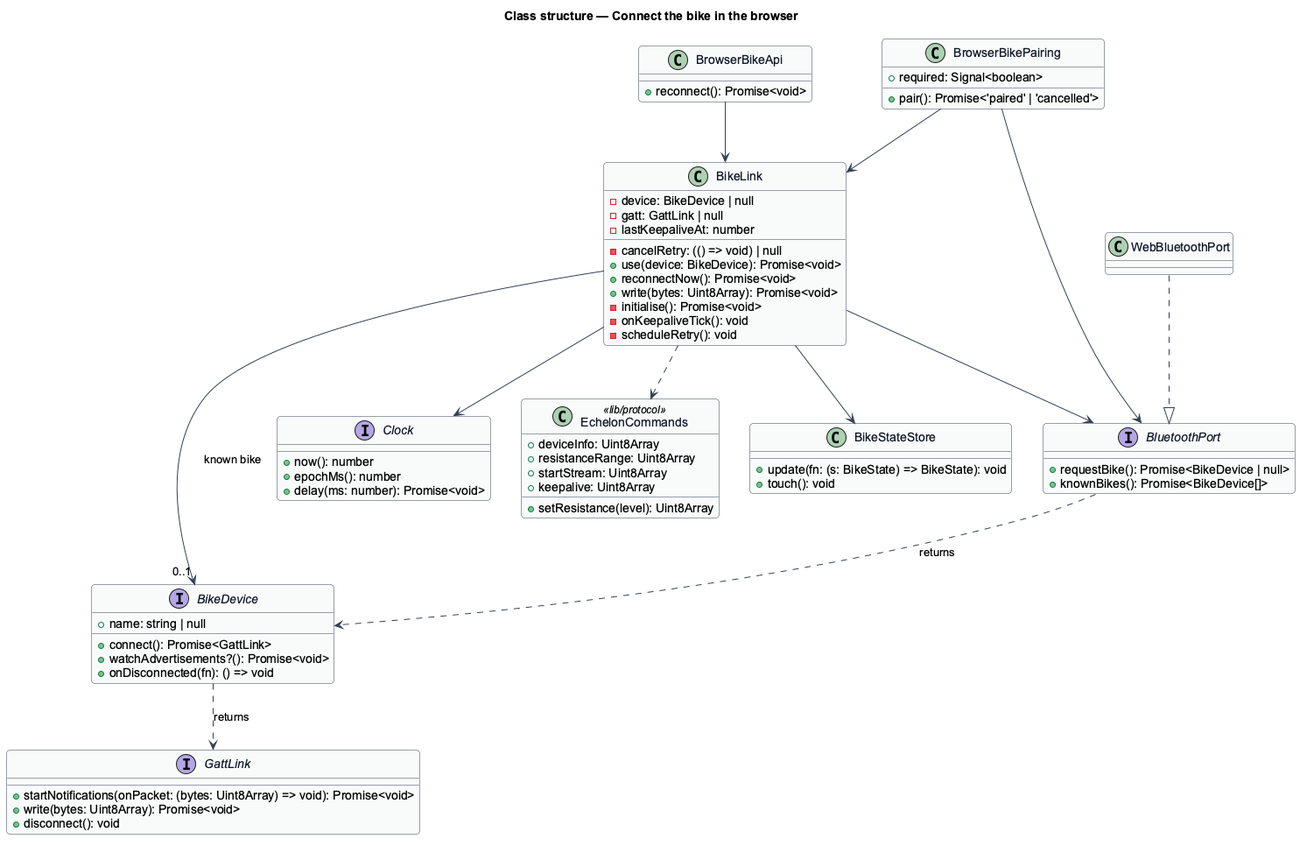
This is docs/detailed-designs/browser-edition/connect-bike-in-browser/diagrams/class-structure.png from QuinntyneBrown/ride-one, a PlantUML export, as it was before one commit. Its diagram source:
```plantuml
@startuml
skinparam backgroundColor #FFFFFF
skinparam shadowing false
skinparam roundcorner 8
skinparam defaultFontName Arial
skinparam ArrowColor #344054
skinparam class {
  BorderColor #344054
  FontColor #101828
  BackgroundColor #F9FAFB
}
title Class structure — Connect the bike in the browser

interface BluetoothPort {
  +requestBike(): Promise<BikeDevice | null>
  +knownBikes(): Promise<BikeDevice[]>
}
interface BikeDevice {
  +name: string | null
  +connect(): Promise<GattLink>
  +watchAdvertisements?(): Promise<void>
  +onDisconnected(fn): () => void
}
interface GattLink {
  +startNotifications(onPacket: (bytes: Uint8Array) => void): Promise<void>
  +write(bytes: Uint8Array): Promise<void>
  +disconnect(): void
}
interface Clock {
  +now(): number
  +epochMs(): number
  +delay(ms: number): Promise<void>
}
class WebBluetoothPort
class BikeLink {
  -device: BikeDevice | null
  -gatt: GattLink | null
  -lastKeepaliveAt: number
  -cancelRetry: (() => void) | null
  +use(device: BikeDevice): Promise<void>
  +reconnectNow(): Promise<void>
  +write(bytes: Uint8Array): Promise<void>
  -initialise(): Promise<void>
  -onKeepaliveTick(): void
  -scheduleRetry(): void
}
class EchelonCommands <<lib/protocol>> {
  +deviceInfo: Uint8Array
  +resistanceRange: Uint8Array
  +startStream: Uint8Array
  +keepalive: Uint8Array
  +setResistance(level): Uint8Array
}
class BrowserBikePairing {
  +required: Signal<boolean>
  +pair(): Promise<'paired' | 'cancelled'>
}
class BrowserBikeApi {
  +reconnect(): Promise<void>
}
class BikeStateStore {
  +update(fn: (s: BikeState) => BikeState): void
  +touch(): void
}

WebBluetoothPort ..|> BluetoothPort
BluetoothPort ..> BikeDevice : returns
BikeDevice ..> GattLink : returns
BikeLink --> BluetoothPort
BikeLink --> "0..1" BikeDevice : known bike
BikeLink --> Clock
BikeLink ..> EchelonCommands
BikeLink --> BikeStateStore
BrowserBikePairing --> BluetoothPort
BrowserBikePairing --> BikeLink
BrowserBikeApi --> BikeLink
@enduml
```
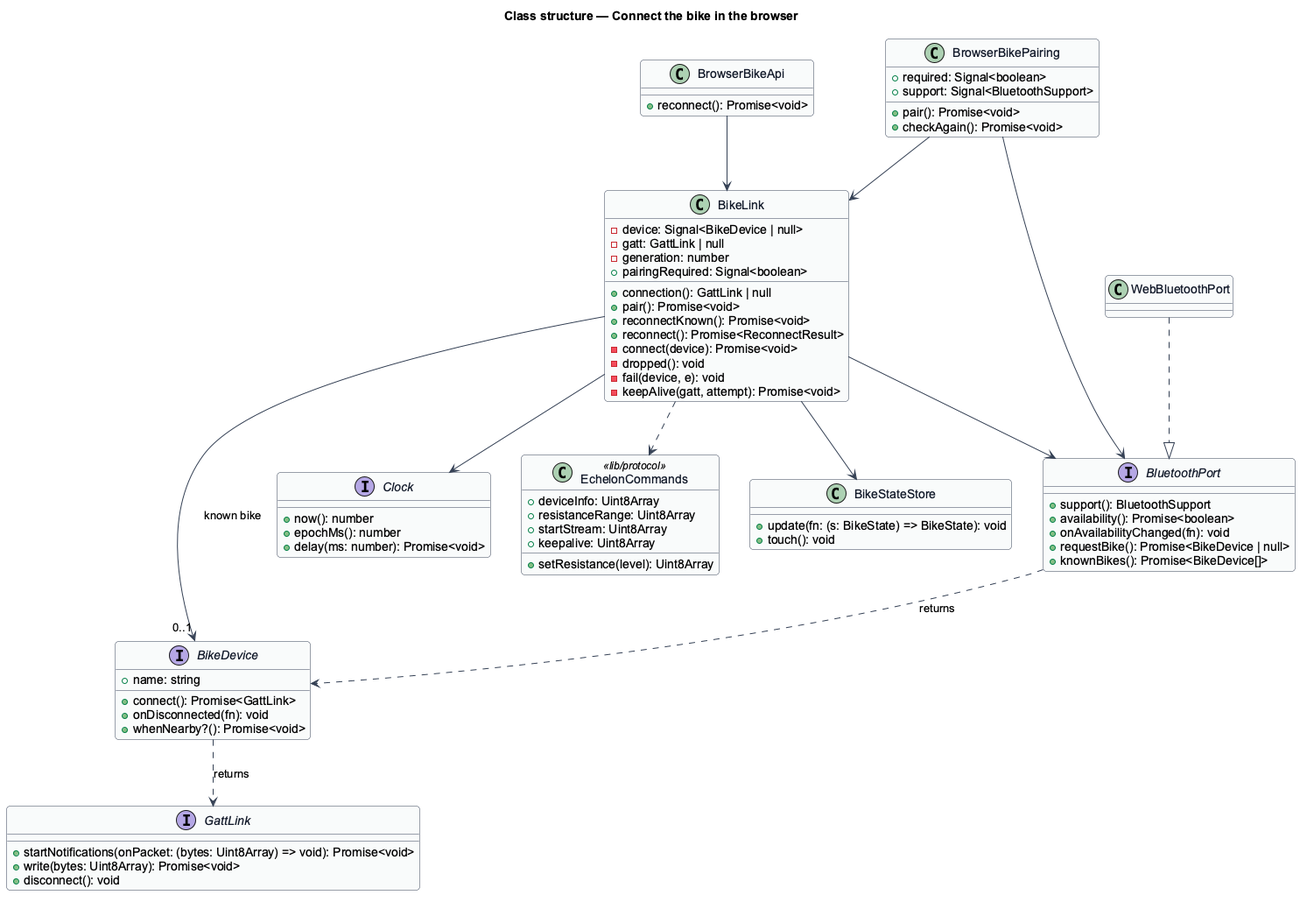
The same diagram one commit later.

What changed in the source:
```diff
@@ -12,14 +12,17 @@
 title Class structure — Connect the bike in the browser
 
 interface BluetoothPort {
+  +support(): BluetoothSupport
+  +availability(): Promise<boolean>
+  +onAvailabilityChanged(fn): void
   +requestBike(): Promise<BikeDevice | null>
   +knownBikes(): Promise<BikeDevice[]>
 }
 interface BikeDevice {
-  +name: string | null
+  +name: string
   +connect(): Promise<GattLink>
-  +watchAdvertisements?(): Promise<void>
-  +onDisconnected(fn): () => void
+  +onDisconnected(fn): void
+  +whenNearby?(): Promise<void>
 }
 interface GattLink {
   +startNotifications(onPacket: (bytes: Uint8Array) => void): Promise<void>
@@ -33,16 +36,18 @@
 }
 class WebBluetoothPort
 class BikeLink {
-  -device: BikeDevice | null
+  -device: Signal<BikeDevice | null>
   -gatt: GattLink | null
-  -lastKeepaliveAt: number
-  -cancelRetry: (() => void) | null
-  +use(device: BikeDevice): Promise<void>
-  +reconnectNow(): Promise<void>
-  +write(bytes: Uint8Array): Promise<void>
-  -initialise(): Promise<void>
-  -onKeepaliveTick(): void
-  -scheduleRetry(): void
+  -generation: number
+  +pairingRequired: Signal<boolean>
+  +connection(): GattLink | null
+  +pair(): Promise<void>
+  +reconnectKnown(): Promise<void>
+  +reconnect(): Promise<ReconnectResult>
+  -connect(device): Promise<void>
+  -dropped(): void
+  -fail(device, e): void
+  -keepAlive(gatt, attempt): Promise<void>
 }
 class EchelonCommands <<lib/protocol>> {
   +deviceInfo: Uint8Array
@@ -53,7 +58,9 @@
 }
 class BrowserBikePairing {
   +required: Signal<boolean>
-  +pair(): Promise<'paired' | 'cancelled'>
+  +support: Signal<BluetoothSupport>
+  +pair(): Promise<void>
+  +checkAgain(): Promise<void>
 }
 class BrowserBikeApi {
   +reconnect(): Promise<void>
```
